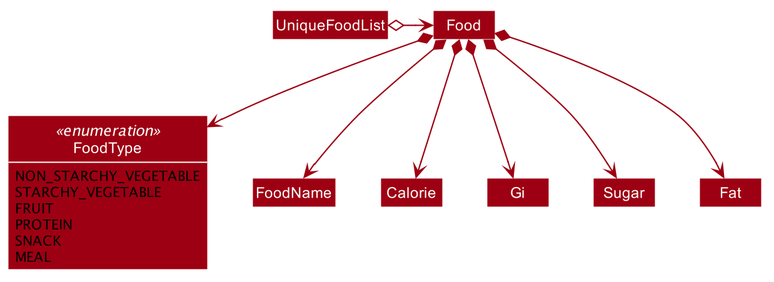
Before: docs/images/FoodModelClassDiagram.png, a diagram exported from PlantUML (nus-cs2103-AY1920S1/addressbook-level3). Source of this version:
```plantuml
@startuml








skinparam BackgroundColor #FFFFFFF

skinparam Shadowing false

skinparam Class {
    FontColor #FFFFFF
    BorderThickness 1
    BorderColor #FFFFFF
    StereotypeFontColor #FFFFFF
    FontName Arial
}

skinparam Actor {
    BorderColor #000000
    Color #000000
    FontName Arial
}

skinparam Sequence {
    MessageAlign center
    BoxFontSize 15
    BoxPadding 0
    BoxFontColor #FFFFFF
    FontName Arial
}

skinparam Participant {
    FontColor #FFFFFFF
    Padding 20
}

skinparam MinClassWidth 50
skinparam ParticipantPadding 10
skinparam Shadowing false
skinparam DefaultTextAlignment center
skinparam packageStyle Rectangle

hide footbox
hide members
hide circle
skinparam arrowThickness 1.1
skinparam arrowColor #9D0012
skinparam classBackgroundColor #9D0012

enum FoodType <<enumeration>>

UniqueFoodList o-right-> Food

Food *--> FoodName
Food *--> FoodType
Food *--> Calorie
Food *--> Gi
Food *--> Sugar
Food *--> Fat

enum FoodType {
    NON_STARCHY_VEGETABLE
    STARCHY_VEGETABLE
    FRUIT
    PROTEIN
    SNACK
    MEAL
}

show FoodType fields

@enduml
```
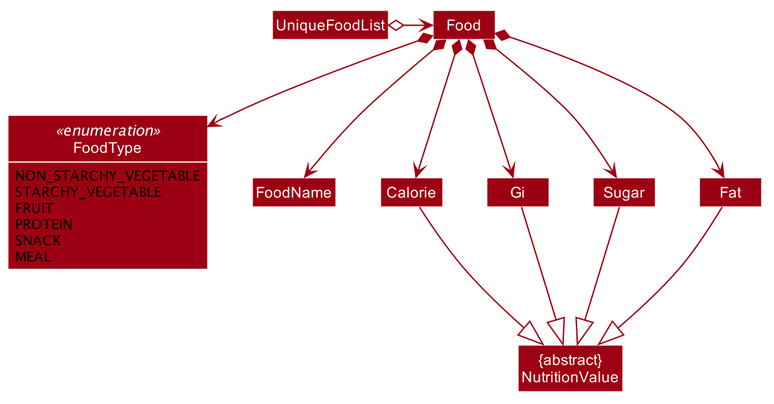
The same diagram one commit later.

Diff of the diagram source:
```diff
@@ -52,15 +52,21 @@
 skinparam classBackgroundColor #9D0012
 
 enum FoodType <<enumeration>>
+Class "{abstract}\nNutritionValue" as NutritionValue
 
 UniqueFoodList o-right-> Food
 
 Food *--> FoodName
-Food *--> FoodType
 Food *--> Calorie
 Food *--> Gi
 Food *--> Sugar
 Food *--> Fat
+Food *--> FoodType
+
+Calorie -down-|> NutritionValue
+Gi -down-|> NutritionValue
+Sugar -down-|> NutritionValue
+Fat -down-|> NutritionValue
 
 enum FoodType {
     NON_STARCHY_VEGETABLE
@@ -70,7 +76,5 @@
     SNACK
     MEAL
 }
-
 show FoodType fields
-
 @enduml
```
